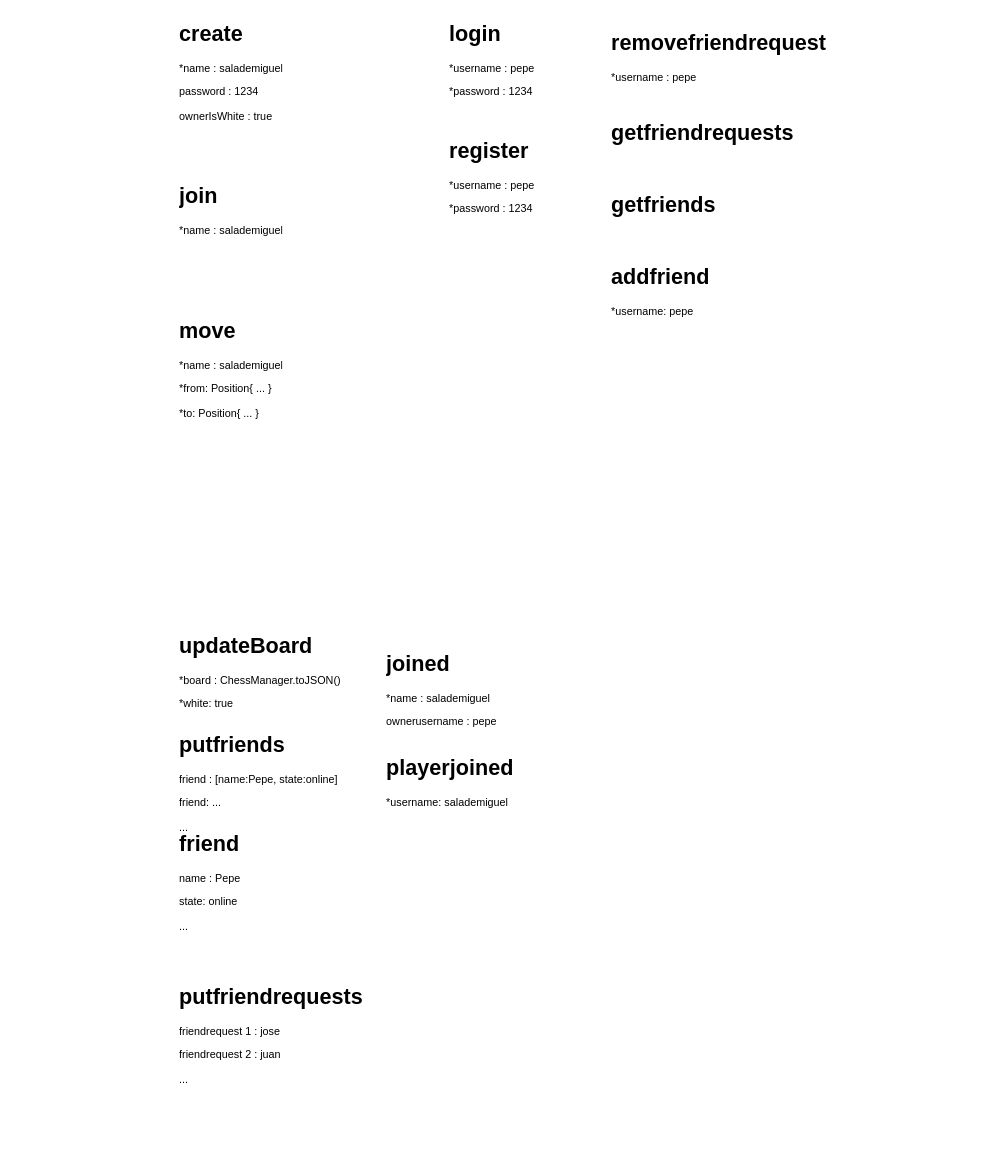
Above: page "Requests" (5 of 5) of Diagramas_Servidor.drawio in MGermanico/TFGChess (draw.io), before the change. Source tidied: cells renumbered, new cells numbered last; positions are measured from the earlier drawing's top-left corner, leaving out a move shared by most shapes. Both pictures are drawn from the tidied source at 90%, with x=0, y=0 at pixel (177, 15).
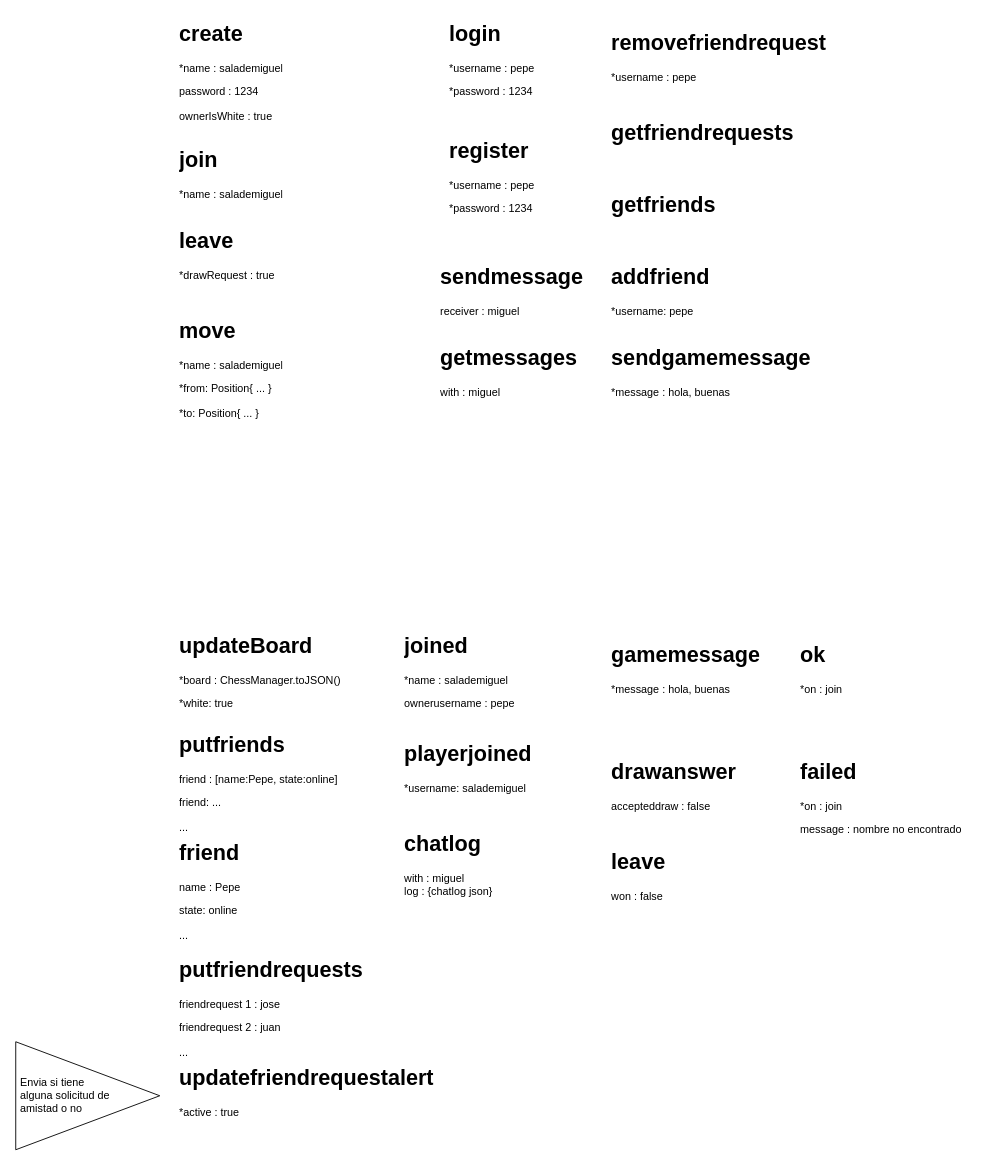
Above is the later version.

Change to the diagram source:
```diff
@@
     <mxCell id="5" value="&lt;h1 style=&quot;margin-top: 0px;&quot;&gt;join&lt;/h1&gt;&lt;p&gt;*name : salademiguel&lt;br&gt;&lt;/p&gt;" style="text;html=1;whiteSpace=wrap;overflow=hidden;rounded=0;" parent="1" vertex="1">
-      <mxGeometry y="180" width="180" height="120" as="geometry" />
+      <mxGeometry y="140" width="180" height="80" as="geometry" />
     </mxCell>
@@
     <mxCell id="8" value="&lt;h1 style=&quot;margin-top: 0px;&quot;&gt;joined&lt;/h1&gt;&lt;p&gt;*name : salademiguel&lt;br&gt;&lt;/p&gt;&lt;p&gt;ownerusername : pepe&lt;/p&gt;" style="text;html=1;whiteSpace=wrap;overflow=hidden;rounded=0;" parent="1" vertex="1">
-      <mxGeometry x="230" y="700" width="180" height="120" as="geometry" />
+      <mxGeometry x="250" y="680" width="180" height="120" as="geometry" />
     </mxCell>
     <mxCell id="9" value="&lt;h1 style=&quot;margin-top: 0px;&quot;&gt;playerjoined&lt;/h1&gt;&lt;p&gt;*username: salademiguel&lt;br&gt;&lt;/p&gt;" style="text;html=1;whiteSpace=wrap;overflow=hidden;rounded=0;" parent="1" vertex="1">
-      <mxGeometry x="230" y="815" width="180" height="120" as="geometry" />
+      <mxGeometry x="250" y="800" width="180" height="120" as="geometry" />
     </mxCell>
@@
     <mxCell id="14" value="&lt;h1 style=&quot;margin-top: 0px;&quot;&gt;putfriendrequests&lt;/h1&gt;&lt;p&gt;friendrequest 1 : jose&lt;/p&gt;&lt;p&gt;friendrequest 2 : juan&lt;/p&gt;&lt;p&gt;...&lt;/p&gt;" style="text;html=1;whiteSpace=wrap;overflow=hidden;rounded=0;" parent="1" vertex="1">
-      <mxGeometry y="1070" width="220" height="120" as="geometry" />
+      <mxGeometry y="1040" width="220" height="120" as="geometry" />
     </mxCell>
@@
     <mxCell id="16" value="&lt;h1 style=&quot;margin-top: 0px;&quot;&gt;friend&lt;/h1&gt;&lt;p&gt;name : Pepe&lt;/p&gt;&lt;p&gt;state: online&lt;/p&gt;&lt;p&gt;...&lt;/p&gt;" style="text;html=1;whiteSpace=wrap;overflow=hidden;rounded=0;" parent="1" vertex="1">
-      <mxGeometry y="900" width="180" height="120" as="geometry" />
+      <mxGeometry y="910" width="180" height="120" as="geometry" />
     </mxCell>
+    <mxCell id="17" value="&lt;h1 style=&quot;margin-top: 0px;&quot;&gt;sendgamemessage&lt;/h1&gt;&lt;p&gt;*message : hola, buenas&lt;/p&gt;" style="text;html=1;whiteSpace=wrap;overflow=hidden;rounded=0;" parent="1" vertex="1">
+      <mxGeometry x="480" y="360" width="250" height="80" as="geometry" />
+    </mxCell>
+    <mxCell id="18" value="&lt;h1 style=&quot;margin-top: 0px;&quot;&gt;gamemessage&lt;/h1&gt;&lt;p&gt;*message : hola, buenas&lt;/p&gt;" style="text;html=1;whiteSpace=wrap;overflow=hidden;rounded=0;" parent="1" vertex="1">
+      <mxGeometry x="480" y="690" width="210" height="80" as="geometry" />
+    </mxCell>
+    <mxCell id="19" value="&lt;h1 style=&quot;margin-top: 0px;&quot;&gt;leave&lt;/h1&gt;&lt;p&gt;*drawRequest : true&lt;/p&gt;" style="text;html=1;whiteSpace=wrap;overflow=hidden;rounded=0;" parent="1" vertex="1">
+      <mxGeometry y="230" width="180" height="90" as="geometry" />
+    </mxCell>
+    <mxCell id="20" value="&lt;h1 style=&quot;margin-top: 0px;&quot;&gt;drawanswer&lt;/h1&gt;&lt;p&gt;accepteddraw : false&lt;/p&gt;" style="text;html=1;whiteSpace=wrap;overflow=hidden;rounded=0;" parent="1" vertex="1">
+      <mxGeometry x="480" y="820" width="210" height="80" as="geometry" />
+    </mxCell>
+    <mxCell id="21" value="&lt;h1 style=&quot;margin-top: 0px;&quot;&gt;failed&lt;/h1&gt;&lt;p&gt;*on : join&lt;/p&gt;&lt;p&gt;message : nombre no encontrado&lt;/p&gt;" style="text;html=1;whiteSpace=wrap;overflow=hidden;rounded=0;" parent="1" vertex="1">
+      <mxGeometry x="690" y="820" width="210" height="100" as="geometry" />
+    </mxCell>
+    <mxCell id="22" value="&lt;h1 style=&quot;margin-top: 0px;&quot;&gt;ok&lt;/h1&gt;&lt;p&gt;*on : join&lt;/p&gt;" style="text;html=1;whiteSpace=wrap;overflow=hidden;rounded=0;" parent="1" vertex="1">
+      <mxGeometry x="690" y="690" width="210" height="80" as="geometry" />
+    </mxCell>
+    <mxCell id="23" value="&lt;h1 style=&quot;margin-top: 0px;&quot;&gt;leave&lt;/h1&gt;&lt;div&gt;won : false&lt;/div&gt;" style="text;html=1;whiteSpace=wrap;overflow=hidden;rounded=0;" parent="1" vertex="1">
+      <mxGeometry x="480" y="920" width="210" height="80" as="geometry" />
+    </mxCell>
+    <mxCell id="24" value="&lt;h1 style=&quot;margin-top: 0px;&quot;&gt;updatefriendrequestalert&lt;/h1&gt;&lt;p&gt;*active : true&lt;br&gt;&lt;/p&gt;" style="text;html=1;whiteSpace=wrap;overflow=hidden;rounded=0;" parent="1" vertex="1">
+      <mxGeometry y="1160" width="300" height="90" as="geometry" />
+    </mxCell>
+    <mxCell id="25" value="&amp;nbsp;Envia si tiene&amp;nbsp;&lt;div&gt;&amp;nbsp;alguna solicitud de&amp;nbsp;&lt;/div&gt;&lt;div&gt;&amp;nbsp;amistad o no&lt;/div&gt;" style="triangle;whiteSpace=wrap;html=1;align=left;" parent="1" vertex="1">
+      <mxGeometry x="-180" y="1140" width="160" height="120" as="geometry" />
+    </mxCell>
+    <mxCell id="26" value="&lt;h1 style=&quot;margin-top: 0px;&quot;&gt;sendmessage&lt;/h1&gt;&lt;div&gt;receiver : miguel&lt;/div&gt;" style="text;html=1;whiteSpace=wrap;overflow=hidden;rounded=0;" parent="1" vertex="1">
+      <mxGeometry x="290" y="270" width="210" height="80" as="geometry" />
+    </mxCell>
+    <mxCell id="27" value="&lt;h1 style=&quot;margin-top: 0px;&quot;&gt;getmessages&lt;/h1&gt;&lt;div&gt;with : miguel&lt;/div&gt;" style="text;html=1;whiteSpace=wrap;overflow=hidden;rounded=0;" parent="1" vertex="1">
+      <mxGeometry x="290" y="360" width="210" height="80" as="geometry" />
+    </mxCell>
+    <mxCell id="28" value="&lt;h1 style=&quot;margin-top: 0px;&quot;&gt;chatlog&lt;/h1&gt;&lt;div&gt;with : miguel&lt;/div&gt;&lt;div&gt;log : {chatlog json}&lt;/div&gt;" style="text;html=1;whiteSpace=wrap;overflow=hidden;rounded=0;" parent="1" vertex="1">
+      <mxGeometry x="250" y="900" width="210" height="100" as="geometry" />
+    </mxCell>
```
